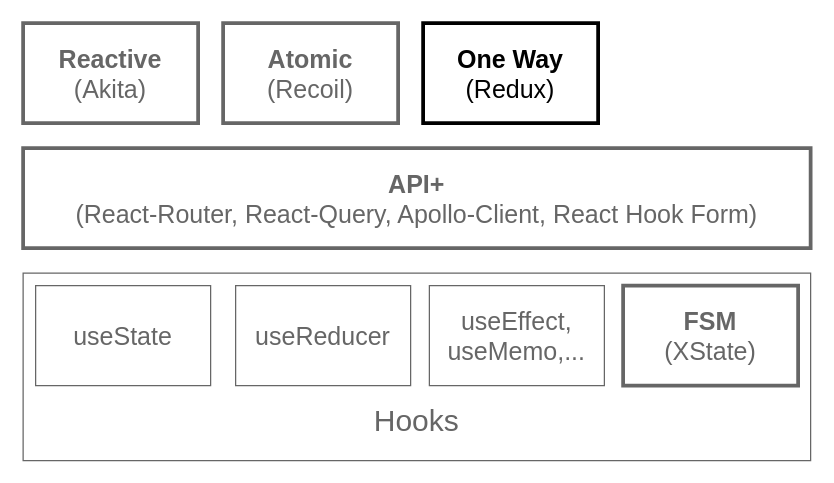
jherr/which-react-state-manager keeps this draw.io diagram as page "figure7" (7 of 12) of diagrams.dio. Above is the earlier version. Source tidied: cells renumbered, new cells numbered last; positions are measured from the earlier drawing's top-left corner, leaving out a move shared by most shapes. Both pictures are drawn from the tidied source at 125%, with x=0, y=0 at pixel (22, 22).
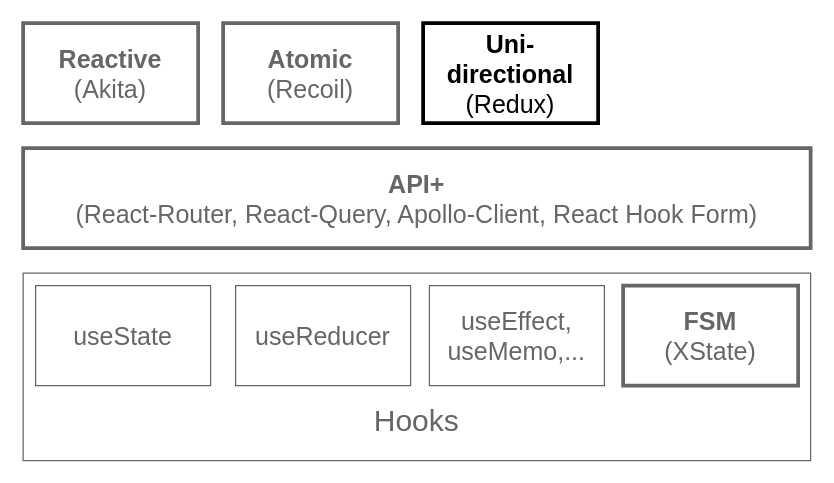
The same diagram, later.

Diff of the diagram source:
```diff
@@
 <mxGraphModel>
   <root>
     <mxCell id="0" />
     <mxCell id="1" parent="0" />
     <mxCell id="2" value="Hooks" style="rounded=0;whiteSpace=wrap;html=1;verticalAlign=bottom;spacingBottom=14;fontSize=24;fontColor=#666666;strokeColor=#666666;" parent="1" vertex="1">
       <mxGeometry y="200" width="630" height="150" as="geometry" />
     </mxCell>
     <mxCell id="3" value="useState" style="rounded=0;whiteSpace=wrap;html=1;fontSize=20;verticalAlign=middle;fontColor=#666666;strokeColor=#666666;" parent="1" vertex="1">
       <mxGeometry x="10" y="210" width="140" height="80" as="geometry" />
     </mxCell>
     <mxCell id="4" value="useReducer" style="rounded=0;whiteSpace=wrap;html=1;fontSize=20;verticalAlign=middle;fontColor=#666666;strokeColor=#666666;" parent="1" vertex="1">
       <mxGeometry x="170" y="210" width="140" height="80" as="geometry" />
     </mxCell>
     <mxCell id="5" value="useEffect, useMemo,..." style="rounded=0;whiteSpace=wrap;html=1;fontSize=20;verticalAlign=middle;fontColor=#666666;strokeColor=#666666;" parent="1" vertex="1">
       <mxGeometry x="325" y="210" width="140" height="80" as="geometry" />
     </mxCell>
     <mxCell id="6" value="&lt;b&gt;FSM&lt;/b&gt;&lt;br&gt;(XState)" style="rounded=0;whiteSpace=wrap;html=1;fontSize=20;verticalAlign=middle;strokeWidth=3;strokeColor=#666666;fontColor=#666666;" parent="1" vertex="1">
       <mxGeometry x="480" y="210" width="140" height="80" as="geometry" />
     </mxCell>
     <mxCell id="7" value="&lt;b&gt;API+&lt;/b&gt;&lt;br&gt;(React-Router, React-Query, Apollo-Client, React Hook Form)" style="rounded=0;whiteSpace=wrap;html=1;fontSize=20;verticalAlign=middle;strokeWidth=3;fontColor=#666666;strokeColor=#666666;" parent="1" vertex="1">
       <mxGeometry y="100" width="630" height="80" as="geometry" />
     </mxCell>
     <mxCell id="8" value="&lt;b&gt;Reactive&lt;/b&gt;&lt;br&gt;(Akita)" style="rounded=0;whiteSpace=wrap;html=1;fontSize=20;verticalAlign=middle;strokeWidth=3;strokeColor=#666666;fontColor=#666666;" parent="1" vertex="1">
       <mxGeometry width="140" height="80" as="geometry" />
     </mxCell>
     <mxCell id="9" value="&lt;b&gt;Atomic&lt;/b&gt;&lt;br&gt;(Recoil)" style="rounded=0;whiteSpace=wrap;html=1;fontSize=20;verticalAlign=middle;strokeWidth=3;fontColor=#666666;strokeColor=#666666;" parent="1" vertex="1">
       <mxGeometry x="160" width="140" height="80" as="geometry" />
     </mxCell>
-    <mxCell id="10" value="&lt;b&gt;One Way&lt;/b&gt;&lt;br&gt;(Redux)" style="rounded=0;whiteSpace=wrap;html=1;fontSize=20;verticalAlign=middle;strokeWidth=3;" parent="1" vertex="1">
+    <mxCell id="10" value="&lt;b&gt;Uni-directional&lt;/b&gt;&lt;br&gt;(Redux)" style="rounded=0;whiteSpace=wrap;html=1;fontSize=20;verticalAlign=middle;strokeWidth=3;" parent="1" vertex="1">
       <mxGeometry x="320" width="140" height="80" as="geometry" />
     </mxCell>
   </root>
 </mxGraphModel>
```
